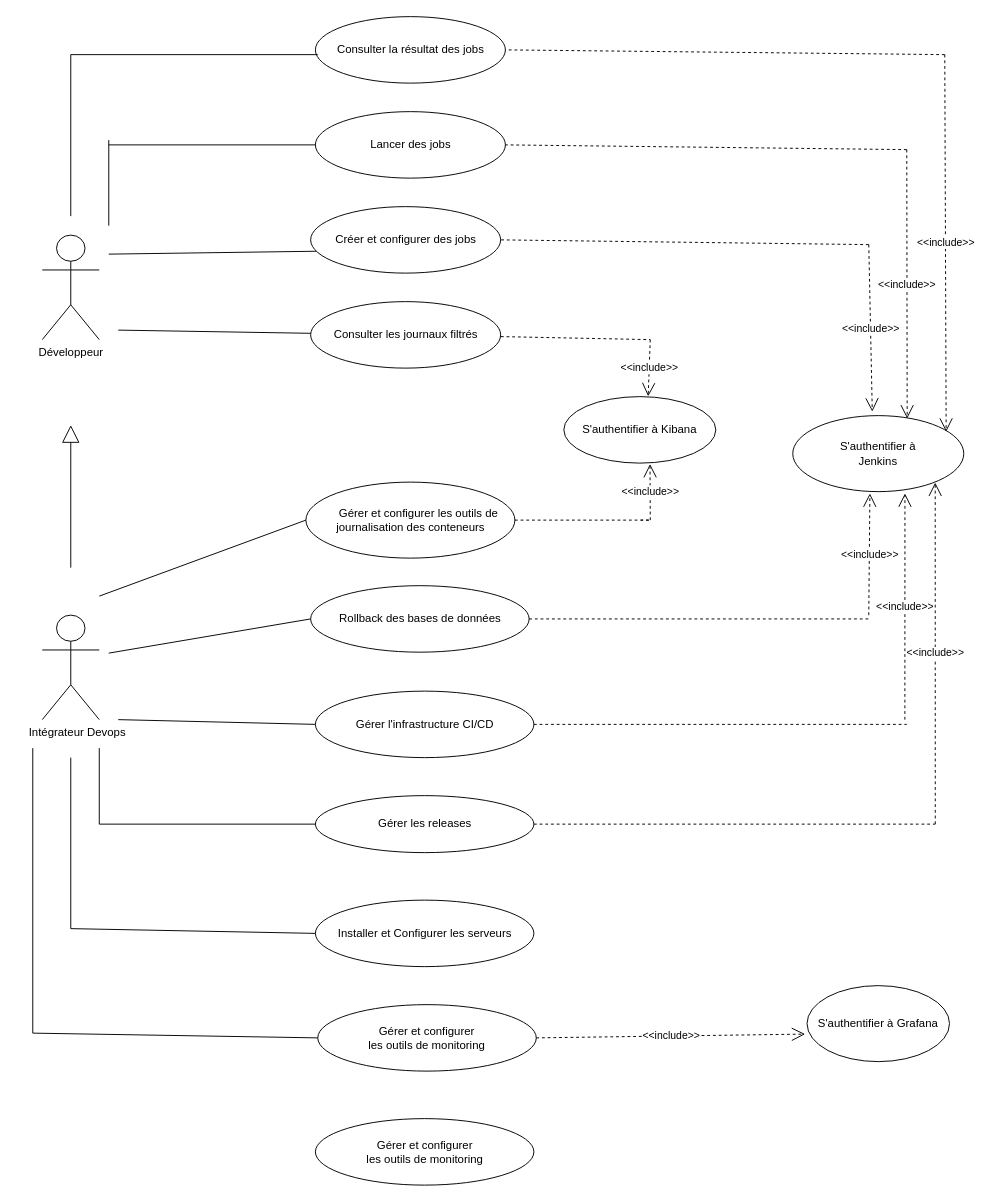
Before: page "Page-13" (13 of 13) of Diagramme sans nom.drawio in EmiraDga/CanvasAnimation, a draw.io diagram. Source tidied: cells renumbered, new cells numbered last; positions are measured from the earlier drawing's top-left corner, leaving out a move shared by most shapes. Both pictures are drawn from the tidied source at 95%, with x=0, y=0 at pixel (32, 16).
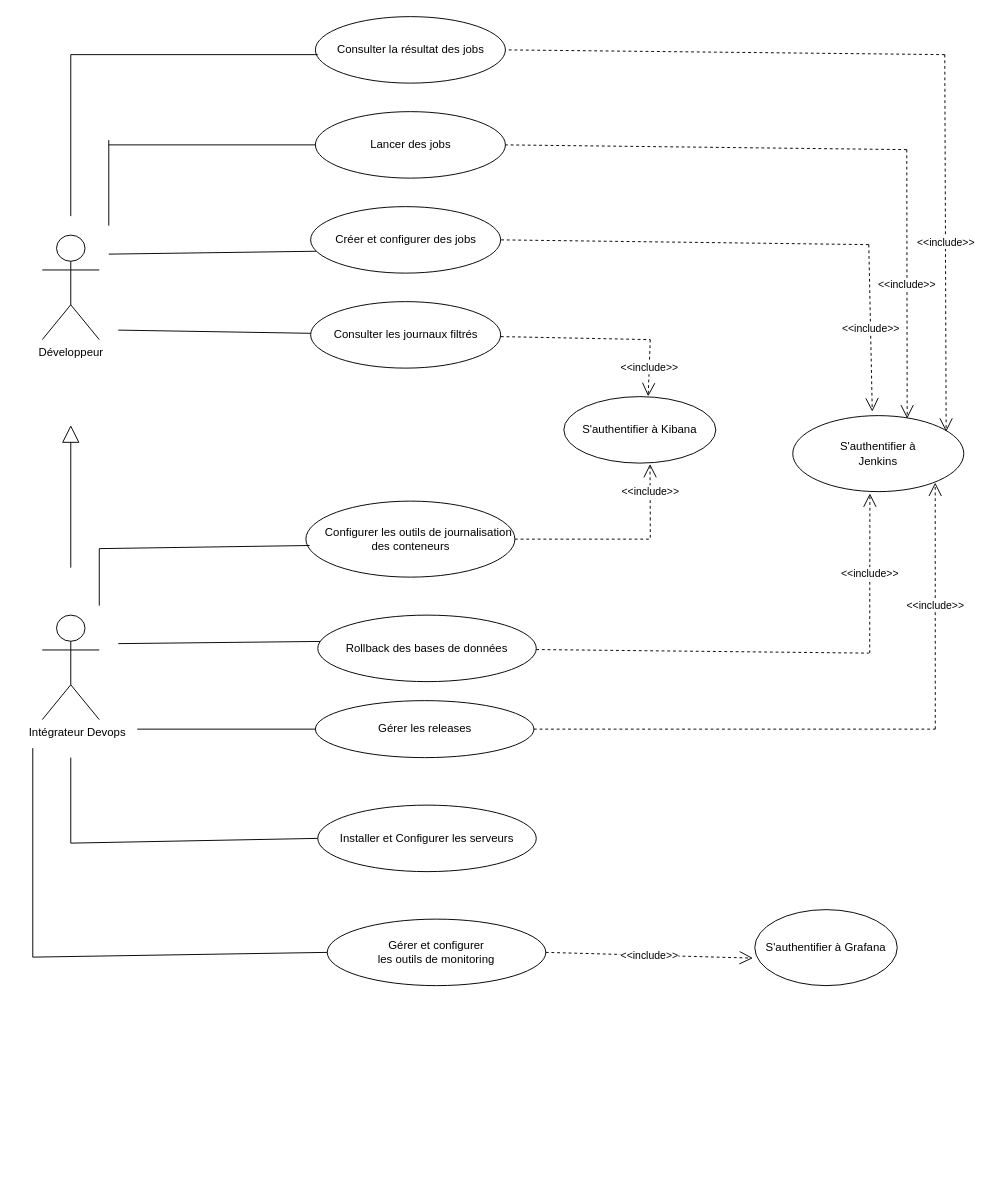
Above is the later version.

Unchanged cells that the change refers to:
```xml
<mxCell id="12" value="S'authentifier à &lt;br&gt;&lt;div&gt;Jenkins&lt;/div&gt;" style="ellipse;whiteSpace=wrap;html=1;" parent="1" vertex="1">
  <mxGeometry x="800" y="420" width="180" height="80" as="geometry" />
</mxCell>
```

What changed in the source:
```diff
@@
-    <mxCell id="2" value="&lt;div&gt;&amp;nbsp;&amp;nbsp;&amp;nbsp;&amp;nbsp; Gérer et configurer les outils de journalisation des conteneurs&lt;br&gt;&lt;/div&gt;" style="ellipse;whiteSpace=wrap;html=1;" parent="1" vertex="1">
-      <mxGeometry x="287.5" y="490" width="220" height="80" as="geometry" />
+    <mxCell id="2" value="&lt;div&gt;&amp;nbsp;&amp;nbsp;&amp;nbsp;&amp;nbsp; Configurer les outils de journalisation des conteneurs&lt;br&gt;&lt;/div&gt;" style="ellipse;whiteSpace=wrap;html=1;" parent="1" vertex="1">
+      <mxGeometry x="287.5" y="510" width="220" height="80" as="geometry" />
     </mxCell>
@@
     <mxCell id="5" value="Installer et Configurer les serveurs" style="ellipse;whiteSpace=wrap;html=1;" parent="1" vertex="1">
-      <mxGeometry x="297.5" y="930" width="230" height="70" as="geometry" />
+      <mxGeometry x="300" y="830" width="230" height="70" as="geometry" />
     </mxCell>
-    <mxCell id="6" value="Gérer l'infrastructure CI/CD" style="ellipse;whiteSpace=wrap;html=1;" parent="1" vertex="1">
-      <mxGeometry x="297.5" y="710" width="230" height="70" as="geometry" />
-    </mxCell>
     <mxCell id="7" value="Gérer et configurer &lt;br&gt;les outils de monitoring" style="ellipse;whiteSpace=wrap;html=1;" parent="1" vertex="1">
-      <mxGeometry x="300" y="1040" width="230" height="70" as="geometry" />
+      <mxGeometry x="310" y="950" width="230" height="70" as="geometry" />
     </mxCell>
@@
     <mxCell id="19" style="endArrow=none;dashed=1;html=1;rounded=0;exitX=1;exitY=0.5;exitDx=0;exitDy=0;" parent="1" edge="1" source="2">
       <mxGeometry relative="1" as="geometry">
-        <mxPoint x="640" y="530" as="targetPoint" />
+        <mxPoint x="650" y="530" as="targetPoint" />
         <Array as="points">
-          <mxPoint x="650" y="530" />
+          <mxPoint x="650" y="550" />
         </Array>
       </mxGeometry>
     </mxCell>
@@
     <mxCell id="27" style="endArrow=none;dashed=1;html=1;rounded=0;" parent="1" edge="1" source="40">
       <mxGeometry relative="1" as="geometry">
-        <mxPoint x="880" y="634" as="targetPoint" />
+        <mxPoint x="880" y="670" as="targetPoint" />
       </mxGeometry>
     </mxCell>
-    <mxCell id="28" style="endArrow=none;dashed=1;html=1;rounded=0;exitX=1;exitY=0.5;exitDx=0;exitDy=0;" parent="1" edge="1" source="6">
-      <mxGeometry relative="1" as="geometry">
-        <mxPoint x="920" y="745" as="targetPoint" />
-      </mxGeometry>
-    </mxCell>
     <mxCell id="29" value="&amp;lt;&amp;lt;include&amp;gt;&amp;gt;" style="endArrow=open;endSize=12;dashed=1;html=1;rounded=0;entryX=0.451;entryY=1.024;entryDx=0;entryDy=0;entryPerimeter=0;" parent="1" edge="1" target="12">
       <mxGeometry relative="1" as="geometry">
-        <mxPoint x="880" y="630" as="sourcePoint" />
+        <mxPoint x="881" y="670" as="sourcePoint" />
       </mxGeometry>
     </mxCell>
-    <mxCell id="30" value="&amp;lt;&amp;lt;include&amp;gt;&amp;gt;" style="endArrow=open;endSize=12;dashed=1;html=1;rounded=0;entryX=0.656;entryY=1.024;entryDx=0;entryDy=0;entryPerimeter=0;" parent="1" edge="1" target="12">
-      <mxGeometry relative="1" as="geometry">
-        <mxPoint x="918" y="740" as="sourcePoint" />
-      </mxGeometry>
-    </mxCell>
     <mxCell id="31" value="Gérer les releases" style="ellipse;whiteSpace=wrap;html=1;" parent="1" vertex="1">
-      <mxGeometry x="297.5" y="820" width="230" height="60" as="geometry" />
+      <mxGeometry x="297.5" y="720" width="230" height="60" as="geometry" />
     </mxCell>
     <mxCell id="32" style="endArrow=none;dashed=1;html=1;rounded=0;exitX=1;exitY=0.5;exitDx=0;exitDy=0;" parent="1" edge="1" source="31">
       <mxGeometry relative="1" as="geometry">
-        <mxPoint x="950" y="850" as="targetPoint" />
+        <mxPoint x="950" y="750" as="targetPoint" />
       </mxGeometry>
     </mxCell>
     <mxCell id="33" value="&amp;lt;&amp;lt;include&amp;gt;&amp;gt;" style="endArrow=open;endSize=12;dashed=1;html=1;rounded=0;entryX=0.833;entryY=0.881;entryDx=0;entryDy=0;entryPerimeter=0;" parent="1" edge="1" target="12">
       <mxGeometry relative="1" as="geometry">
-        <mxPoint x="950" y="850" as="sourcePoint" />
+        <mxPoint x="950" y="750" as="sourcePoint" />
       </mxGeometry>
     </mxCell>
     <mxCell id="34" value="S'authentifier à Grafana" style="ellipse;whiteSpace=wrap;html=1;" parent="1" vertex="1">
-      <mxGeometry x="815" y="1020" width="150" height="80" as="geometry" />
+      <mxGeometry x="760" y="940" width="150" height="80" as="geometry" />
     </mxCell>
-    <mxCell id="35" style="endArrow=none;html=1;rounded=0;entryX=0;entryY=0.5;entryDx=0;entryDy=0;" parent="1" edge="1" target="6">
-      <mxGeometry relative="1" as="geometry">
-        <mxPoint x="90" y="740" as="sourcePoint" />
-      </mxGeometry>
-    </mxCell>
     <mxCell id="36" style="endArrow=none;html=1;rounded=0;entryX=0;entryY=0.5;entryDx=0;entryDy=0;" parent="1" edge="1" target="31">
       <mxGeometry relative="1" as="geometry">
-        <mxPoint x="70" y="850" as="sourcePoint" />
+        <mxPoint x="110" y="750" as="sourcePoint" />
       </mxGeometry>
     </mxCell>
-    <mxCell id="37" style="endArrow=none;html=1;rounded=0;entryX=0;entryY=0.5;entryDx=0;entryDy=0;" parent="1" edge="1" target="2">
+    <mxCell id="37" style="endArrow=none;html=1;rounded=0;entryX=0.018;entryY=0.584;entryDx=0;entryDy=0;entryPerimeter=0;" parent="1" edge="1" target="2">
       <mxGeometry relative="1" as="geometry">
-        <mxPoint x="70" y="610" as="sourcePoint" />
+        <mxPoint x="70" y="560" as="sourcePoint" />
       </mxGeometry>
     </mxCell>
-    <mxCell id="38" style="endArrow=none;html=1;rounded=0;entryX=0;entryY=0.5;entryDx=0;entryDy=0;" parent="1" edge="1" target="40">
+    <mxCell id="38" style="endArrow=none;html=1;rounded=0;entryX=0.029;entryY=0.395;entryDx=0;entryDy=0;entryPerimeter=0;" parent="1" edge="1" target="40">
       <mxGeometry relative="1" as="geometry">
-        <mxPoint x="80" y="670" as="sourcePoint" />
+        <mxPoint x="90" y="660" as="sourcePoint" />
       </mxGeometry>
     </mxCell>
-    <mxCell id="39" style="endArrow=none;dashed=1;html=1;rounded=0;" parent="1" edge="1" target="40">
-      <mxGeometry relative="1" as="geometry">
-        <mxPoint x="510" y="634" as="sourcePoint" />
-      </mxGeometry>
-    </mxCell>
     <mxCell id="40" value="Rollback des bases de données" style="ellipse;whiteSpace=wrap;html=1;" parent="1" vertex="1">
-      <mxGeometry x="292.5" y="599" width="230" height="70" as="geometry" />
+      <mxGeometry x="300" y="630" width="230" height="70" as="geometry" />
     </mxCell>
-    <mxCell id="41" style="endArrow=none;html=1;rounded=0;" parent="1" edge="1">
-      <mxGeometry relative="1" as="geometry">
-        <mxPoint x="70" y="850" as="sourcePoint" />
-        <mxPoint x="70" y="770" as="targetPoint" />
-      </mxGeometry>
-    </mxCell>
     <mxCell id="42" style="endArrow=none;html=1;rounded=0;entryX=0;entryY=0.5;entryDx=0;entryDy=0;" parent="1" edge="1" target="5">
       <mxGeometry relative="1" as="geometry">
-        <mxPoint x="40" y="960" as="sourcePoint" />
+        <mxPoint x="40" y="870" as="sourcePoint" />
       </mxGeometry>
     </mxCell>
     <mxCell id="43" style="endArrow=none;html=1;rounded=0;" parent="1" edge="1">
       <mxGeometry relative="1" as="geometry">
-        <mxPoint x="40" y="960" as="sourcePoint" />
+        <mxPoint x="40" y="870" as="sourcePoint" />
         <mxPoint x="40" y="780" as="targetPoint" />
       </mxGeometry>
     </mxCell>
     <mxCell id="44" style="endArrow=none;html=1;rounded=0;entryX=0;entryY=0.5;entryDx=0;entryDy=0;" parent="1" edge="1" target="7">
       <mxGeometry relative="1" as="geometry">
-        <mxPoint y="1070" as="sourcePoint" />
+        <mxPoint y="990" as="sourcePoint" />
       </mxGeometry>
     </mxCell>
     <mxCell id="45" style="endArrow=none;html=1;rounded=0;" parent="1" edge="1">
       <mxGeometry relative="1" as="geometry">
-        <mxPoint y="1070" as="sourcePoint" />
+        <mxPoint y="990" as="sourcePoint" />
         <mxPoint y="770" as="targetPoint" />
       </mxGeometry>
     </mxCell>
@@
-    <mxCell id="51" value="Gérer et configurer &lt;br&gt;les outils de monitoring" style="ellipse;whiteSpace=wrap;html=1;" parent="1" vertex="1">
-      <mxGeometry x="297.5" y="1160" width="230" height="70" as="geometry" />
-    </mxCell>
+    <mxCell id="52" style="endArrow=none;html=1;rounded=0;" parent="1" edge="1">
+      <mxGeometry relative="1" as="geometry">
+        <mxPoint x="70" y="620" as="sourcePoint" />
+        <mxPoint x="70" y="560" as="targetPoint" />
+      </mxGeometry>
+    </mxCell>
```
